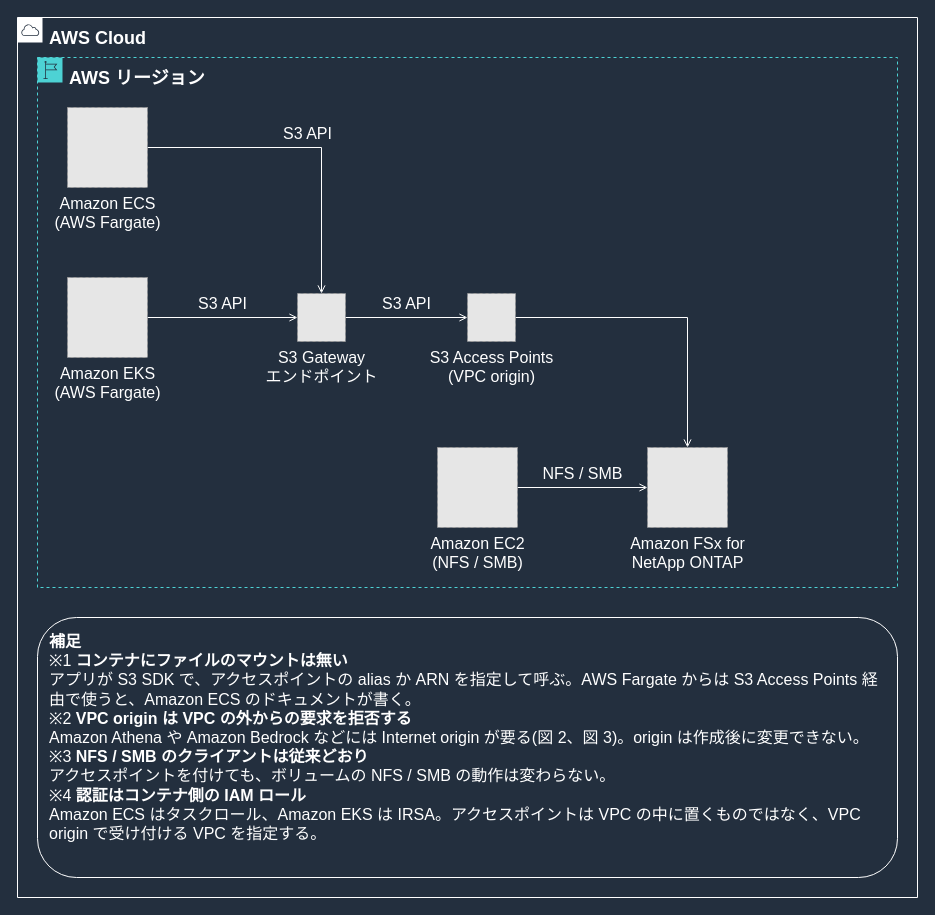
Above: docs/_assets/diagrams/s3ap-container-overview-dark.drawio in Yoshiki0705/FSx-for-ONTAP-Container-Datastore-Patterns (draw.io), before the change. Source tidied: cells renumbered, new cells numbered last; positions are measured from the earlier drawing's top-left corner, leaving out a move shared by most shapes. Both pictures are drawn from the tidied source at 100%, with x=0, y=0 at pixel (17, 17). Pictures stored in the file or linked from it are replaced by grey dashed boxes.
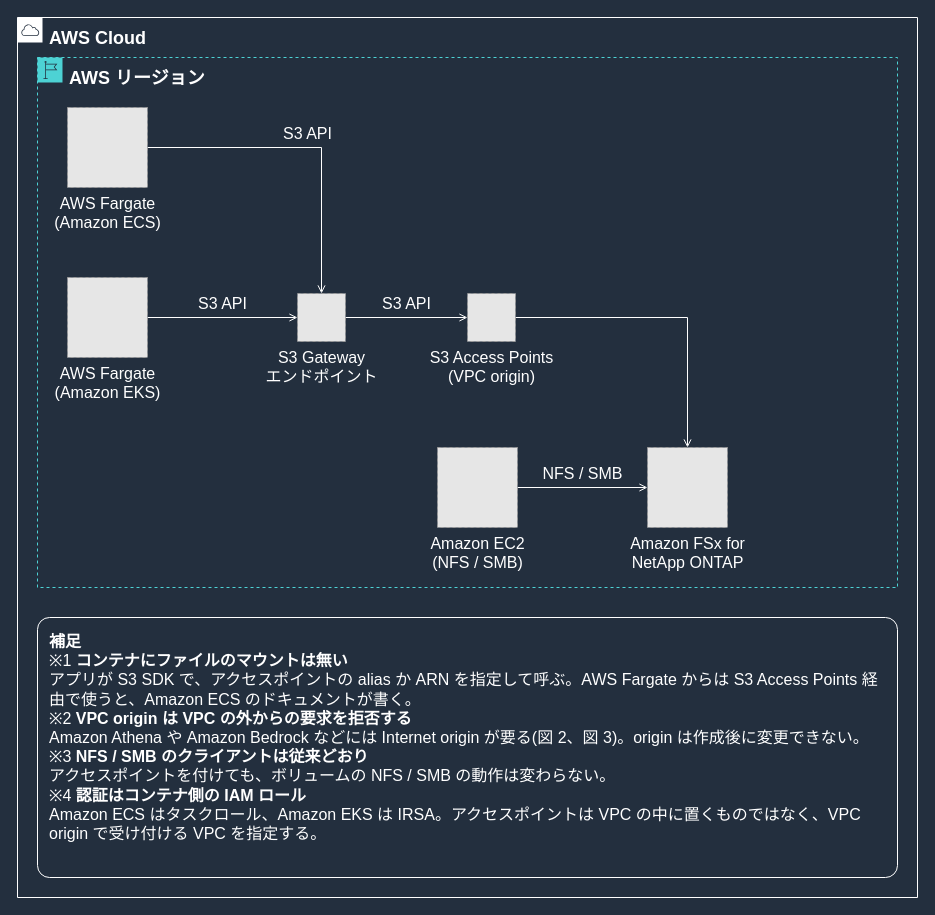
The same page after the edit.

Diff of the diagram source:
```diff
@@
 <mxGraphModel background="#232F3E">
   <root>
     <mxCell id="0" />
     <mxCell id="1" parent="0" />
     <mxCell id="2" value="S3 API" style="edgeStyle=orthogonalEdgeStyle;rounded=0;html=1;endArrow=open;endFill=0;strokeColor=#FFFFFF;strokeWidth=1;fontSize=16;fontColor=#FFFFFF;labelBackgroundColor=#232F3E;exitX=1.0;exitY=0.5;exitDx=0;exitDy=0;entryX=0.5;entryY=0.0;entryDx=0;entryDy=0;" parent="1" edge="1" source="10" target="12">
       <mxGeometry relative="1" as="geometry">
         <mxPoint y="-14" as="offset" />
       </mxGeometry>
     </mxCell>
     <mxCell id="3" value="S3 API" style="edgeStyle=orthogonalEdgeStyle;rounded=0;html=1;endArrow=open;endFill=0;strokeColor=#FFFFFF;strokeWidth=1;fontSize=16;fontColor=#FFFFFF;labelBackgroundColor=#232F3E;exitX=1.0;exitY=0.5;exitDx=0;exitDy=0;entryX=0.0;entryY=0.5;entryDx=0;entryDy=0;" parent="1" edge="1" source="11" target="12">
       <mxGeometry relative="1" as="geometry">
         <mxPoint y="-14" as="offset" />
       </mxGeometry>
     </mxCell>
     <mxCell id="4" value="S3 API" style="edgeStyle=orthogonalEdgeStyle;rounded=0;html=1;endArrow=open;endFill=0;strokeColor=#FFFFFF;strokeWidth=1;fontSize=16;fontColor=#FFFFFF;labelBackgroundColor=#232F3E;exitX=1.0;exitY=0.5;exitDx=0;exitDy=0;entryX=0.0;entryY=0.5;entryDx=0;entryDy=0;" parent="1" edge="1" source="12" target="13">
       <mxGeometry relative="1" as="geometry">
         <mxPoint y="-14" as="offset" />
       </mxGeometry>
     </mxCell>
     <mxCell id="5" style="edgeStyle=orthogonalEdgeStyle;rounded=0;html=1;endArrow=open;endFill=0;strokeColor=#FFFFFF;strokeWidth=1;fontSize=16;fontColor=#FFFFFF;labelBackgroundColor=#232F3E;exitX=1.0;exitY=0.5;exitDx=0;exitDy=0;entryX=0.5;entryY=0.0;entryDx=0;entryDy=0;" parent="1" edge="1" source="13" target="14">
       <mxGeometry relative="1" as="geometry" />
     </mxCell>
     <mxCell id="6" value="NFS / SMB" style="edgeStyle=orthogonalEdgeStyle;rounded=0;html=1;endArrow=open;endFill=0;strokeColor=#FFFFFF;strokeWidth=1;fontSize=16;fontColor=#FFFFFF;labelBackgroundColor=#232F3E;exitX=1.0;exitY=0.5;exitDx=0;exitDy=0;entryX=0.0;entryY=0.5;entryDx=0;entryDy=0;" parent="1" edge="1" source="15" target="14">
       <mxGeometry relative="1" as="geometry">
         <mxPoint y="-14" as="offset" />
       </mxGeometry>
     </mxCell>
     <mxCell id="7" value="AWS Cloud" style="gradientColor=none;html=1;whiteSpace=wrap;fontSize=18;fontStyle=1;fontColor=#FFFFFF;shape=mxgraph.aws4.group;grIcon=mxgraph.aws4.group_aws_cloud;strokeColor=#FFFFFF;fillColor=none;verticalAlign=top;align=left;spacingLeft=30;spacingTop=4;dashed=0;labelBackgroundColor=#232F3E;" parent="1" vertex="1">
       <mxGeometry width="900" height="880" as="geometry" />
     </mxCell>
     <mxCell id="8" value="AWS リージョン" style="gradientColor=none;html=1;whiteSpace=wrap;fontSize=18;fontStyle=1;fontColor=#FFFFFF;shape=mxgraph.aws4.group;grIcon=mxgraph.aws4.group_region;strokeColor=#4DD2D4;fillColor=none;verticalAlign=top;align=left;spacingLeft=30;spacingTop=4;dashed=1;labelBackgroundColor=#232F3E;" parent="1" vertex="1">
       <mxGeometry x="20" y="40" width="860" height="530" as="geometry" />
     </mxCell>
-    <mxCell id="9" value="&lt;b&gt;補足&lt;/b&gt;&lt;br&gt;※1 &lt;b&gt;コンテナにファイルのマウントは無い&lt;/b&gt;&lt;br&gt;アプリが S3 SDK で、アクセスポイントの alias か ARN を指定して呼ぶ。AWS Fargate からは S3 Access Points 経由で使うと、Amazon ECS のドキュメントが書く。&lt;br&gt;※2 &lt;b&gt;VPC origin は VPC の外からの要求を拒否する&lt;/b&gt;&lt;br&gt;Amazon Athena や Amazon Bedrock などには Internet origin が要る(図 2、図 3)。origin は作成後に変更できない。&lt;br&gt;※3 &lt;b&gt;NFS / SMB のクライアントは従来どおり&lt;/b&gt;&lt;br&gt;アクセスポイントを付けても、ボリュームの NFS / SMB の動作は変わらない。&lt;br&gt;※4 &lt;b&gt;認証はコンテナ側の IAM ロール&lt;/b&gt;&lt;br&gt;Amazon ECS はタスクロール、Amazon EKS は IRSA。アクセスポイントは VPC の中に置くものではなく、VPC origin で受け付ける VPC を指定する。" style="rounded=1;whiteSpace=wrap;html=1;strokeColor=#FFFFFF;fillColor=none;fontColor=#FFFFFF;fontSize=16;verticalAlign=top;align=left;spacingLeft=10;spacingRight=10;spacingTop=8;" parent="1" vertex="1">
+    <mxCell id="9" value="&lt;b&gt;補足&lt;/b&gt;&lt;br&gt;※1 &lt;b&gt;コンテナにファイルのマウントは無い&lt;/b&gt;&lt;br&gt;アプリが S3 SDK で、アクセスポイントの alias か ARN を指定して呼ぶ。AWS Fargate からは S3 Access Points 経由で使うと、Amazon ECS のドキュメントが書く。&lt;br&gt;※2 &lt;b&gt;VPC origin は VPC の外からの要求を拒否する&lt;/b&gt;&lt;br&gt;Amazon Athena や Amazon Bedrock などには Internet origin が要る(図 2、図 3)。origin は作成後に変更できない。&lt;br&gt;※3 &lt;b&gt;NFS / SMB のクライアントは従来どおり&lt;/b&gt;&lt;br&gt;アクセスポイントを付けても、ボリュームの NFS / SMB の動作は変わらない。&lt;br&gt;※4 &lt;b&gt;認証はコンテナ側の IAM ロール&lt;/b&gt;&lt;br&gt;Amazon ECS はタスクロール、Amazon EKS は IRSA。アクセスポイントは VPC の中に置くものではなく、VPC origin で受け付ける VPC を指定する。" style="rounded=1;absoluteArcSize=1;arcSize=24;whiteSpace=wrap;html=1;strokeColor=#FFFFFF;fillColor=none;fontColor=#FFFFFF;fontSize=16;verticalAlign=top;align=left;spacingLeft=10;spacingRight=10;spacingTop=8;" parent="1" vertex="1">
       <mxGeometry x="20" y="600" width="860" height="260" as="geometry" />
     </mxCell>
-    <mxCell id="10" value="Amazon ECS&lt;br&gt;(AWS Fargate)" style="fillColor=#E6E6E6;strokeColor=#999999;dashed=1;html=1;verticalLabelPosition=bottom;verticalAlign=top;labelPosition=center;align=center;fontSize=16;fontColor=#FFFFFF;" parent="1" vertex="1">
+    <mxCell id="10" value="AWS Fargate&lt;br&gt;(Amazon ECS)" style="fillColor=#E6E6E6;strokeColor=#999999;dashed=1;html=1;verticalLabelPosition=bottom;verticalAlign=top;labelPosition=center;align=center;fontSize=16;fontColor=#FFFFFF;" parent="1" vertex="1">
       <mxGeometry x="50" y="90" width="80" height="80" as="geometry" />
     </mxCell>
-    <mxCell id="11" value="Amazon EKS&lt;br&gt;(AWS Fargate)" style="fillColor=#E6E6E6;strokeColor=#999999;dashed=1;html=1;verticalLabelPosition=bottom;verticalAlign=top;labelPosition=center;align=center;fontSize=16;fontColor=#FFFFFF;" parent="1" vertex="1">
+    <mxCell id="11" value="AWS Fargate&lt;br&gt;(Amazon EKS)" style="fillColor=#E6E6E6;strokeColor=#999999;dashed=1;html=1;verticalLabelPosition=bottom;verticalAlign=top;labelPosition=center;align=center;fontSize=16;fontColor=#FFFFFF;" parent="1" vertex="1">
       <mxGeometry x="50" y="260" width="80" height="80" as="geometry" />
     </mxCell>
     <mxCell id="12" value="S3 Gateway&lt;br&gt;エンドポイント" style="fillColor=#E6E6E6;strokeColor=#999999;dashed=1;html=1;verticalLabelPosition=bottom;verticalAlign=top;labelPosition=center;align=center;fontSize=16;fontColor=#FFFFFF;" parent="1" vertex="1">
       <mxGeometry x="280" y="276" width="48" height="48" as="geometry" />
     </mxCell>
     <mxCell id="13" value="S3 Access Points&lt;br&gt;(VPC origin)" style="fillColor=#E6E6E6;strokeColor=#999999;dashed=1;html=1;verticalLabelPosition=bottom;verticalAlign=top;labelPosition=center;align=center;fontSize=16;fontColor=#FFFFFF;" parent="1" vertex="1">
       <mxGeometry x="450" y="276" width="48" height="48" as="geometry" />
     </mxCell>
     <mxCell id="14" value="Amazon FSx for&lt;br&gt;NetApp ONTAP" style="fillColor=#E6E6E6;strokeColor=#999999;dashed=1;html=1;verticalLabelPosition=bottom;verticalAlign=top;labelPosition=center;align=center;fontSize=16;fontColor=#FFFFFF;" parent="1" vertex="1">
       <mxGeometry x="630" y="430" width="80" height="80" as="geometry" />
     </mxCell>
     <mxCell id="15" value="Amazon EC2&lt;br&gt;(NFS / SMB)" style="fillColor=#E6E6E6;strokeColor=#999999;dashed=1;html=1;verticalLabelPosition=bottom;verticalAlign=top;labelPosition=center;align=center;fontSize=16;fontColor=#FFFFFF;" parent="1" vertex="1">
       <mxGeometry x="420" y="430" width="80" height="80" as="geometry" />
     </mxCell>
   </root>
 </mxGraphModel>
```
